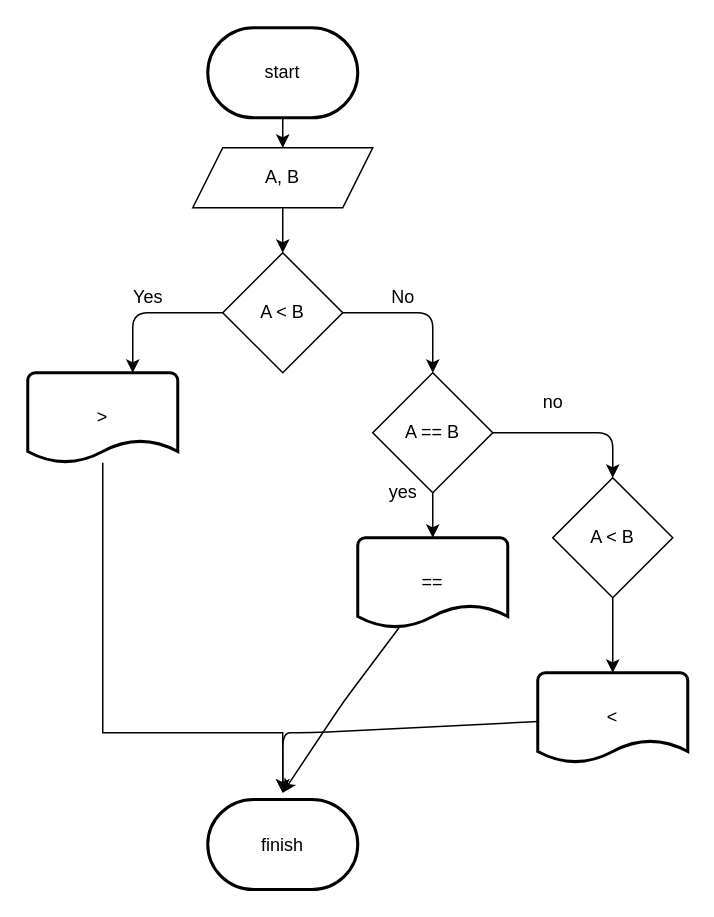
The draw.io diagram stage/02_conditional/1330.drawio in Gyeongrok-Oh/boj, before the edit. Source tidied: cells renumbered, new cells numbered last; positions are measured from the earlier drawing's top-left corner, leaving out a move shared by most shapes. Both pictures are drawn from the tidied source at 150%, with x=0, y=0 at pixel (27, 27).
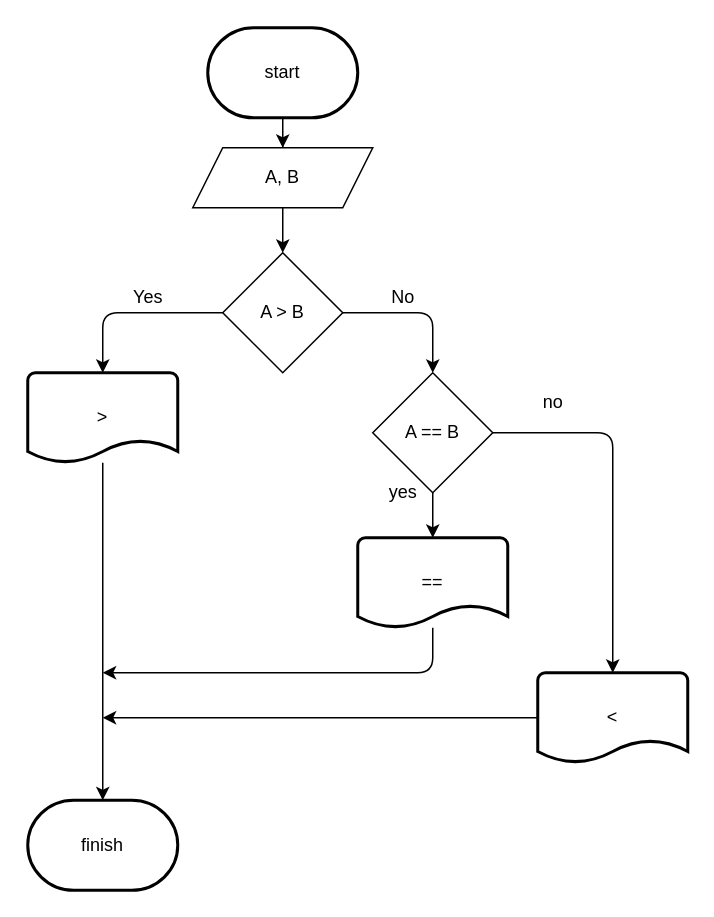
After the change.

The change refers to these unchanged cells:
```xml
<mxCell id="5" value="&amp;gt;" style="strokeWidth=2;html=1;shape=mxgraph.flowchart.document2;whiteSpace=wrap;size=0.25;" parent="1" vertex="1">
  <mxGeometry y="230" width="100" height="60" as="geometry" />
</mxCell>
<mxCell id="7" value="==" style="strokeWidth=2;html=1;shape=mxgraph.flowchart.document2;whiteSpace=wrap;size=0.25;" parent="1" vertex="1">
  <mxGeometry x="220" y="340" width="100" height="60" as="geometry" />
</mxCell>
<mxCell id="9" value="&amp;lt;" style="strokeWidth=2;html=1;shape=mxgraph.flowchart.document2;whiteSpace=wrap;size=0.25;" parent="1" vertex="1">
  <mxGeometry x="340" y="430" width="100" height="60" as="geometry" />
</mxCell>
<mxCell id="20" value="A == B" style="rhombus;whiteSpace=wrap;html=1;" parent="1" vertex="1">
  <mxGeometry x="230" y="230" width="80" height="80" as="geometry" />
</mxCell>
```

Diff of the diagram source:
```diff
@@
-    <mxCell id="4" style="edgeStyle=orthogonalEdgeStyle;rounded=0;jettySize=auto;html=1;" parent="1" edge="1" source="5">
+    <mxCell id="4" style="edgeStyle=orthogonalEdgeStyle;rounded=0;jettySize=auto;html=1;entryX=0.5;entryY=0;entryDx=0;entryDy=0;entryPerimeter=0;" parent="1" edge="1" source="5" target="10">
       <mxGeometry relative="1" as="geometry">
-        <mxPoint x="170" y="510" as="targetPoint" />
         <Array as="points">
-          <mxPoint x="50" y="470" />
-          <mxPoint x="170" y="470" />
+          <mxPoint x="50" y="490" />
+          <mxPoint x="50" y="490" />
         </Array>
       </mxGeometry>
     </mxCell>
@@
     <mxCell id="6" style="edgeStyle=none;html=1;" parent="1" edge="1" source="7">
       <mxGeometry relative="1" as="geometry">
-        <mxPoint x="170" y="510" as="targetPoint" />
+        <mxPoint x="50" y="430" as="targetPoint" />
         <Array as="points">
-          <mxPoint x="210" y="450" />
+          <mxPoint x="270" y="430" />
         </Array>
       </mxGeometry>
     </mxCell>
@@
     <mxCell id="8" style="edgeStyle=none;html=1;" parent="1" edge="1" source="9">
       <mxGeometry relative="1" as="geometry">
-        <mxPoint x="170" y="510" as="targetPoint" />
+        <mxPoint x="50" y="460" as="targetPoint" />
         <Array as="points">
-          <mxPoint x="190" y="470" />
-          <mxPoint x="170" y="470" />
+          <mxPoint x="240" y="460" />
         </Array>
       </mxGeometry>
     </mxCell>
@@
     <mxCell id="10" value="finish" style="strokeWidth=2;html=1;shape=mxgraph.flowchart.terminator;whiteSpace=wrap;" parent="1" vertex="1">
-      <mxGeometry x="120" y="514.5" width="100" height="60" as="geometry" />
+      <mxGeometry y="515" width="100" height="60" as="geometry" />
     </mxCell>
@@
-    <mxCell id="13" style="edgeStyle=none;html=1;" parent="1" edge="1" source="15">
+    <mxCell id="13" style="edgeStyle=none;html=1;entryX=0.5;entryY=0;entryDx=0;entryDy=0;entryPerimeter=0;" parent="1" edge="1" source="15" target="5">
       <mxGeometry relative="1" as="geometry">
-        <mxPoint x="70" y="230" as="targetPoint" />
         <Array as="points">
-          <mxPoint x="70" y="190" />
+          <mxPoint x="50" y="190" />
         </Array>
       </mxGeometry>
     </mxCell>
@@
-    <mxCell id="15" value="A &amp;lt; B" style="rhombus;whiteSpace=wrap;html=1;" parent="1" vertex="1">
+    <mxCell id="15" value="A &amp;gt; B" style="rhombus;whiteSpace=wrap;html=1;" parent="1" vertex="1">
       <mxGeometry x="130" y="150" width="80" height="80" as="geometry" />
     </mxCell>
@@
-    <mxCell id="18" style="edgeStyle=none;html=1;" parent="1" edge="1" source="20">
+    <mxCell id="18" style="edgeStyle=none;html=1;entryX=0.5;entryY=0;entryDx=0;entryDy=0;entryPerimeter=0;" parent="1" edge="1" source="20" target="9">
       <mxGeometry relative="1" as="geometry">
-        <mxPoint x="390" y="300" as="targetPoint" />
         <Array as="points">
           <mxPoint x="390" y="270" />
         </Array>
       </mxGeometry>
     </mxCell>
@@
-    <mxCell id="21" style="edgeStyle=none;html=1;" parent="1" edge="1" source="22">
-      <mxGeometry relative="1" as="geometry">
-        <mxPoint x="390" y="430" as="targetPoint" />
-      </mxGeometry>
-    </mxCell>
-    <mxCell id="22" value="A &amp;lt; B" style="rhombus;whiteSpace=wrap;html=1;" parent="1" vertex="1">
-      <mxGeometry x="350" y="300" width="80" height="80" as="geometry" />
-    </mxCell>
```
